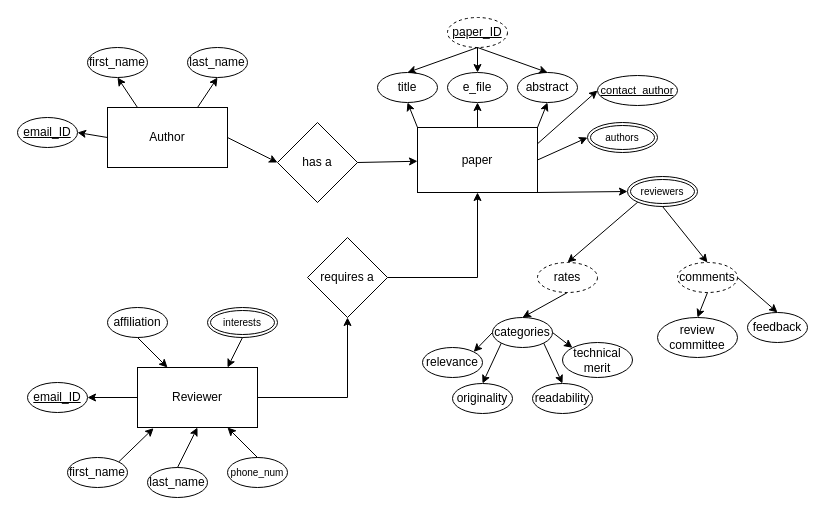
Above: Untitled Diagram.drawio in Jkouj/CSC_436 (draw.io), before the change. Source tidied: cells renumbered, new cells numbered last; positions are measured from the earlier drawing's top-left corner, leaving out a move shared by most shapes. Both pictures are drawn from the tidied source at 100%, with x=0, y=0 at pixel (17, 17).
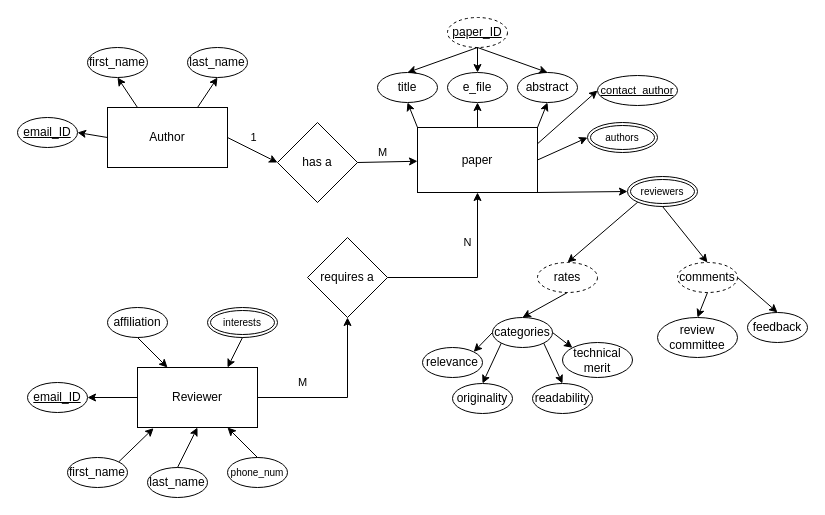
The same diagram, later.

What changed in the source:
```diff
@@
+    <mxCell id="63" value="1" style="text;html=1;align=center;verticalAlign=middle;strokeColor=none;fillColor=none;fontSize=11;" parent="1" vertex="1">
+      <mxGeometry x="221" y="105" width="30" height="30" as="geometry" />
+    </mxCell>
+    <mxCell id="64" value="M" style="text;html=1;align=center;verticalAlign=middle;strokeColor=none;fillColor=none;fontSize=11;" parent="1" vertex="1">
+      <mxGeometry x="350" y="120" width="30" height="30" as="geometry" />
+    </mxCell>
+    <mxCell id="65" value="M" style="text;html=1;align=center;verticalAlign=middle;strokeColor=none;fillColor=none;fontSize=11;" parent="1" vertex="1">
+      <mxGeometry x="270" y="350" width="30" height="30" as="geometry" />
+    </mxCell>
+    <mxCell id="66" value="N" style="text;html=1;align=center;verticalAlign=middle;strokeColor=none;fillColor=none;fontSize=11;" parent="1" vertex="1">
+      <mxGeometry x="435" y="210" width="30" height="30" as="geometry" />
+    </mxCell>
```
